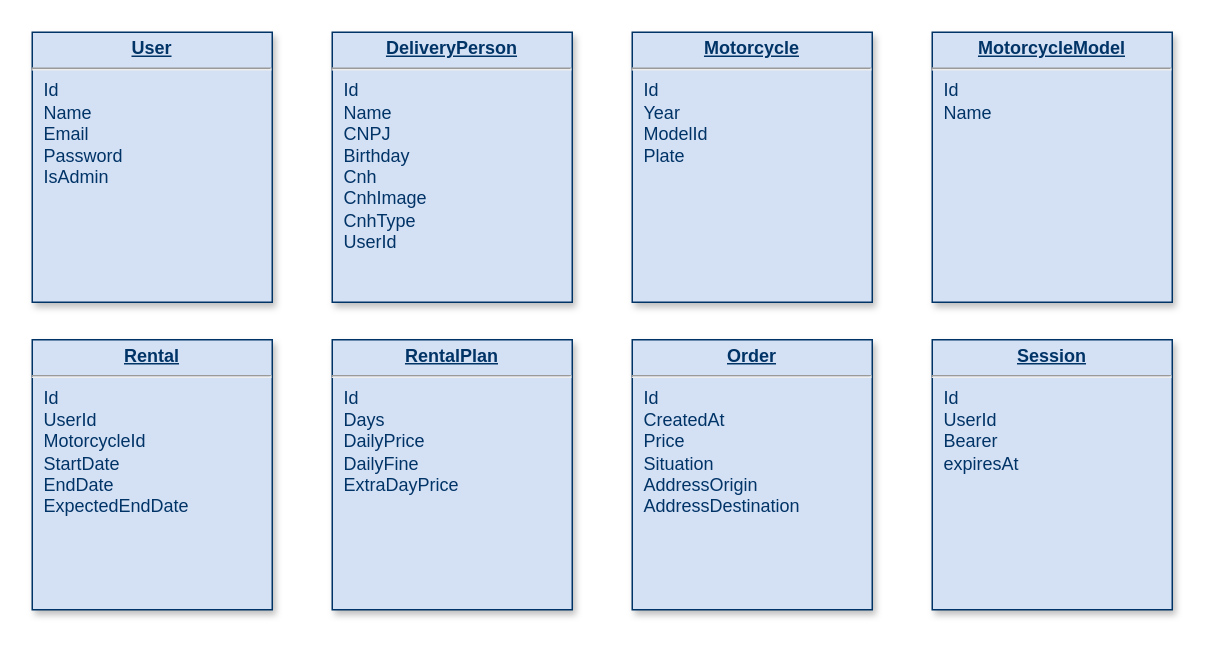
Above: database_diagram.drawio in gsdutra/mottu-api (draw.io), before the change. Source tidied: cells renumbered, new cells numbered last; positions are measured from the earlier drawing's top-left corner, leaving out a move shared by most shapes. Both pictures are drawn from the tidied source at 150%, with x=0, y=0 at pixel (32, 32).
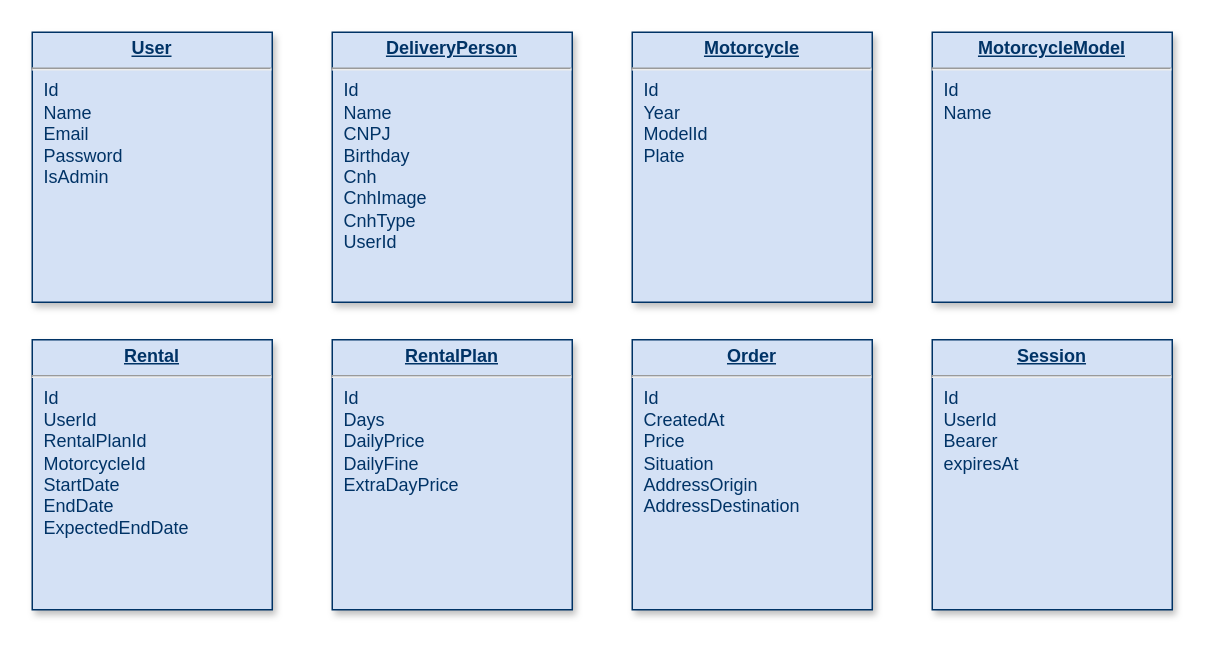
The same page after the edit.

Diff of the diagram source:
```diff
@@
 <mxGraphModel>
   <root>
     <mxCell id="0" />
     <mxCell id="1" parent="0" />
     <mxCell id="2" value="&lt;p style=&quot;margin: 0px; margin-top: 4px; text-align: center; text-decoration: underline;&quot;&gt;&lt;strong&gt;DeliveryPerson&lt;/strong&gt;&lt;/p&gt;&lt;hr&gt;&lt;p style=&quot;margin: 0px; margin-left: 8px;&quot;&gt;Id&lt;/p&gt;&lt;p style=&quot;margin: 0px; margin-left: 8px;&quot;&gt;Name&lt;/p&gt;&lt;p style=&quot;margin: 0px; margin-left: 8px;&quot;&gt;CNPJ&lt;/p&gt;&lt;p style=&quot;margin: 0px; margin-left: 8px;&quot;&gt;Birthday&lt;/p&gt;&lt;p style=&quot;margin: 0px; margin-left: 8px;&quot;&gt;Cnh&lt;/p&gt;&lt;p style=&quot;margin: 0px; margin-left: 8px;&quot;&gt;CnhImage&lt;/p&gt;&lt;p style=&quot;margin: 0px; margin-left: 8px;&quot;&gt;CnhType&lt;/p&gt;&lt;p style=&quot;margin: 0px; margin-left: 8px;&quot;&gt;UserId&lt;/p&gt;" style="verticalAlign=top;align=left;overflow=fill;fontSize=12;fontFamily=Helvetica;html=1;strokeColor=#003366;shadow=1;fillColor=#D4E1F5;fontColor=#003366;" parent="1" vertex="1">
       <mxGeometry x="200" width="160" height="180" as="geometry" />
     </mxCell>
     <mxCell id="3" value="&lt;p style=&quot;margin: 0px; margin-top: 4px; text-align: center; text-decoration: underline;&quot;&gt;&lt;b&gt;Motorcycle&lt;/b&gt;&lt;/p&gt;&lt;hr&gt;&lt;p style=&quot;margin: 0px; margin-left: 8px;&quot;&gt;Id&lt;/p&gt;&lt;p style=&quot;margin: 0px; margin-left: 8px;&quot;&gt;Year&lt;/p&gt;&lt;p style=&quot;margin: 0px; margin-left: 8px;&quot;&gt;ModelId&lt;/p&gt;&lt;p style=&quot;margin: 0px; margin-left: 8px;&quot;&gt;Plate&lt;/p&gt;" style="verticalAlign=top;align=left;overflow=fill;fontSize=12;fontFamily=Helvetica;html=1;strokeColor=#003366;shadow=1;fillColor=#D4E1F5;fontColor=#003366;" parent="1" vertex="1">
       <mxGeometry x="400" width="160" height="180" as="geometry" />
     </mxCell>
     <mxCell id="4" value="&lt;p style=&quot;margin: 0px; margin-top: 4px; text-align: center; text-decoration: underline;&quot;&gt;&lt;strong&gt;User&lt;/strong&gt;&lt;/p&gt;&lt;hr&gt;&lt;p style=&quot;margin: 0px; margin-left: 8px;&quot;&gt;Id&lt;/p&gt;&lt;p style=&quot;margin: 0px; margin-left: 8px;&quot;&gt;Name&lt;/p&gt;&lt;p style=&quot;margin: 0px; margin-left: 8px;&quot;&gt;Email&lt;/p&gt;&lt;p style=&quot;margin: 0px; margin-left: 8px;&quot;&gt;Password&lt;/p&gt;&lt;p style=&quot;margin: 0px; margin-left: 8px;&quot;&gt;IsAdmin&lt;/p&gt;" style="verticalAlign=top;align=left;overflow=fill;fontSize=12;fontFamily=Helvetica;html=1;strokeColor=#003366;shadow=1;fillColor=#D4E1F5;fontColor=#003366;" parent="1" vertex="1">
       <mxGeometry width="160" height="180" as="geometry" />
     </mxCell>
     <mxCell id="5" value="&lt;p style=&quot;margin: 0px; margin-top: 4px; text-align: center; text-decoration: underline;&quot;&gt;&lt;b&gt;MotorcycleModel&lt;/b&gt;&lt;/p&gt;&lt;hr&gt;&lt;p style=&quot;margin: 0px; margin-left: 8px;&quot;&gt;Id&lt;/p&gt;&lt;p style=&quot;margin: 0px; margin-left: 8px;&quot;&gt;Name&lt;/p&gt;" style="verticalAlign=top;align=left;overflow=fill;fontSize=12;fontFamily=Helvetica;html=1;strokeColor=#003366;shadow=1;fillColor=#D4E1F5;fontColor=#003366;" parent="1" vertex="1">
       <mxGeometry x="600" width="160" height="180" as="geometry" />
     </mxCell>
-    <mxCell id="6" value="&lt;p style=&quot;margin: 0px; margin-top: 4px; text-align: center; text-decoration: underline;&quot;&gt;&lt;strong&gt;Rental&lt;/strong&gt;&lt;/p&gt;&lt;hr&gt;&lt;p style=&quot;margin: 0px; margin-left: 8px;&quot;&gt;Id&lt;/p&gt;&lt;p style=&quot;margin: 0px; margin-left: 8px;&quot;&gt;UserId&lt;/p&gt;&lt;p style=&quot;margin: 0px; margin-left: 8px;&quot;&gt;MotorcycleId&lt;/p&gt;&lt;p style=&quot;margin: 0px; margin-left: 8px;&quot;&gt;StartDate&lt;/p&gt;&lt;p style=&quot;margin: 0px; margin-left: 8px;&quot;&gt;EndDate&lt;/p&gt;&lt;p style=&quot;margin: 0px; margin-left: 8px;&quot;&gt;ExpectedEndDate&lt;/p&gt;" style="verticalAlign=top;align=left;overflow=fill;fontSize=12;fontFamily=Helvetica;html=1;strokeColor=#003366;shadow=1;fillColor=#D4E1F5;fontColor=#003366;" parent="1" vertex="1">
+    <mxCell id="6" value="&lt;p style=&quot;margin: 0px; margin-top: 4px; text-align: center; text-decoration: underline;&quot;&gt;&lt;strong&gt;Rental&lt;/strong&gt;&lt;/p&gt;&lt;hr&gt;&lt;p style=&quot;margin: 0px; margin-left: 8px;&quot;&gt;Id&lt;/p&gt;&lt;p style=&quot;margin: 0px; margin-left: 8px;&quot;&gt;UserId&lt;/p&gt;&lt;p style=&quot;margin: 0px; margin-left: 8px;&quot;&gt;RentalPlanId&lt;/p&gt;&lt;p style=&quot;margin: 0px; margin-left: 8px;&quot;&gt;MotorcycleId&lt;/p&gt;&lt;p style=&quot;margin: 0px; margin-left: 8px;&quot;&gt;StartDate&lt;/p&gt;&lt;p style=&quot;margin: 0px; margin-left: 8px;&quot;&gt;EndDate&lt;/p&gt;&lt;p style=&quot;margin: 0px; margin-left: 8px;&quot;&gt;ExpectedEndDate&lt;/p&gt;" style="verticalAlign=top;align=left;overflow=fill;fontSize=12;fontFamily=Helvetica;html=1;strokeColor=#003366;shadow=1;fillColor=#D4E1F5;fontColor=#003366;" parent="1" vertex="1">
       <mxGeometry y="205" width="160" height="180" as="geometry" />
     </mxCell>
     <mxCell id="7" value="&lt;p style=&quot;margin: 0px; margin-top: 4px; text-align: center; text-decoration: underline;&quot;&gt;&lt;strong&gt;RentalPlan&lt;/strong&gt;&lt;/p&gt;&lt;hr&gt;&lt;p style=&quot;margin: 0px; margin-left: 8px;&quot;&gt;Id&lt;/p&gt;&lt;p style=&quot;margin: 0px; margin-left: 8px;&quot;&gt;Days&lt;/p&gt;&lt;p style=&quot;margin: 0px; margin-left: 8px;&quot;&gt;DailyPrice&lt;/p&gt;&lt;p style=&quot;margin: 0px; margin-left: 8px;&quot;&gt;DailyFine&lt;/p&gt;&lt;p style=&quot;margin: 0px; margin-left: 8px;&quot;&gt;ExtraDayPrice&lt;/p&gt;" style="verticalAlign=top;align=left;overflow=fill;fontSize=12;fontFamily=Helvetica;html=1;strokeColor=#003366;shadow=1;fillColor=#D4E1F5;fontColor=#003366;" parent="1" vertex="1">
       <mxGeometry x="200" y="205" width="160" height="180" as="geometry" />
     </mxCell>
     <mxCell id="8" value="&lt;p style=&quot;margin: 0px; margin-top: 4px; text-align: center; text-decoration: underline;&quot;&gt;&lt;b&gt;Order&lt;/b&gt;&lt;/p&gt;&lt;hr&gt;&lt;p style=&quot;margin: 0px; margin-left: 8px;&quot;&gt;Id&lt;/p&gt;&lt;p style=&quot;margin: 0px; margin-left: 8px;&quot;&gt;CreatedAt&lt;/p&gt;&lt;p style=&quot;margin: 0px; margin-left: 8px;&quot;&gt;Price&lt;/p&gt;&lt;p style=&quot;margin: 0px; margin-left: 8px;&quot;&gt;Situation&lt;/p&gt;&lt;p style=&quot;margin: 0px; margin-left: 8px;&quot;&gt;AddressOrigin&lt;/p&gt;&lt;p style=&quot;margin: 0px; margin-left: 8px;&quot;&gt;AddressDestination&lt;/p&gt;" style="verticalAlign=top;align=left;overflow=fill;fontSize=12;fontFamily=Helvetica;html=1;strokeColor=#003366;shadow=1;fillColor=#D4E1F5;fontColor=#003366;" parent="1" vertex="1">
       <mxGeometry x="400" y="205" width="160" height="180" as="geometry" />
     </mxCell>
     <mxCell id="9" value="&lt;p style=&quot;margin: 0px; margin-top: 4px; text-align: center; text-decoration: underline;&quot;&gt;&lt;b&gt;Session&lt;/b&gt;&lt;/p&gt;&lt;hr&gt;&lt;p style=&quot;margin: 0px; margin-left: 8px;&quot;&gt;Id&lt;/p&gt;&lt;p style=&quot;margin: 0px; margin-left: 8px;&quot;&gt;UserId&lt;/p&gt;&lt;p style=&quot;margin: 0px; margin-left: 8px;&quot;&gt;Bearer&lt;/p&gt;&lt;p style=&quot;margin: 0px; margin-left: 8px;&quot;&gt;expiresAt&lt;/p&gt;" style="verticalAlign=top;align=left;overflow=fill;fontSize=12;fontFamily=Helvetica;html=1;strokeColor=#003366;shadow=1;fillColor=#D4E1F5;fontColor=#003366;" parent="1" vertex="1">
       <mxGeometry x="600" y="205" width="160" height="180" as="geometry" />
     </mxCell>
   </root>
 </mxGraphModel>
```
